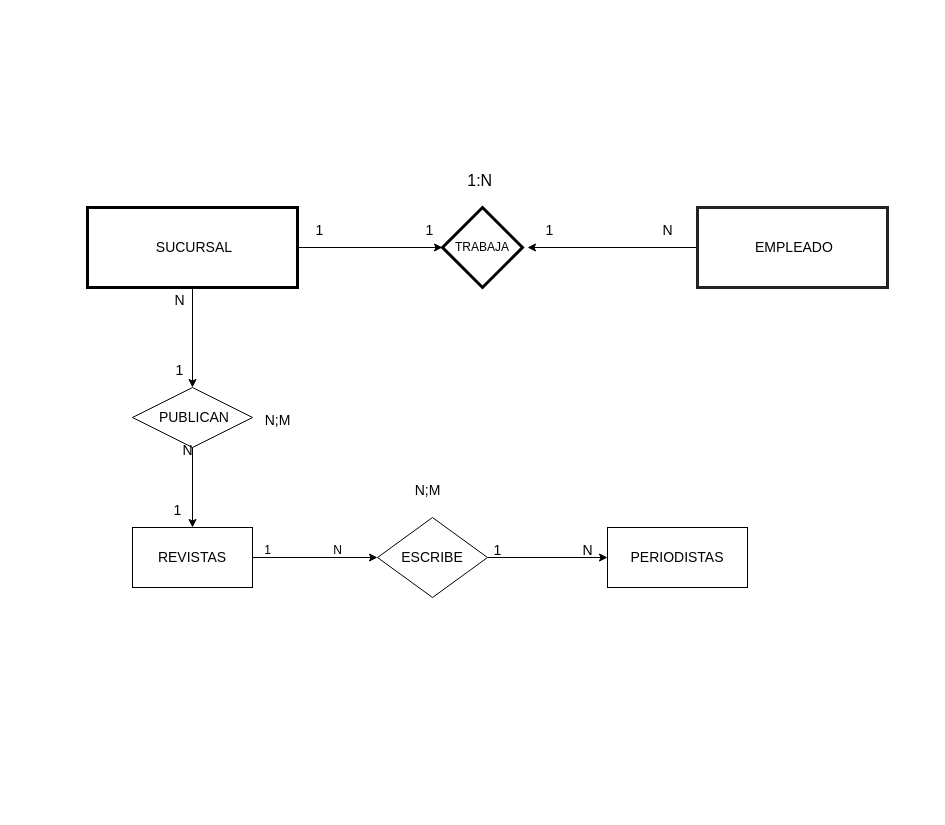
Above: Diagrama sin título.drawio in KarlaCNS/pilares (draw.io), before the change. Source tidied: cells renumbered, new cells numbered last; positions are measured from the earlier drawing's top-left corner, leaving out a move shared by most shapes. Both pictures are drawn from the tidied source at 100%, with x=0, y=0 at pixel (87, 165).
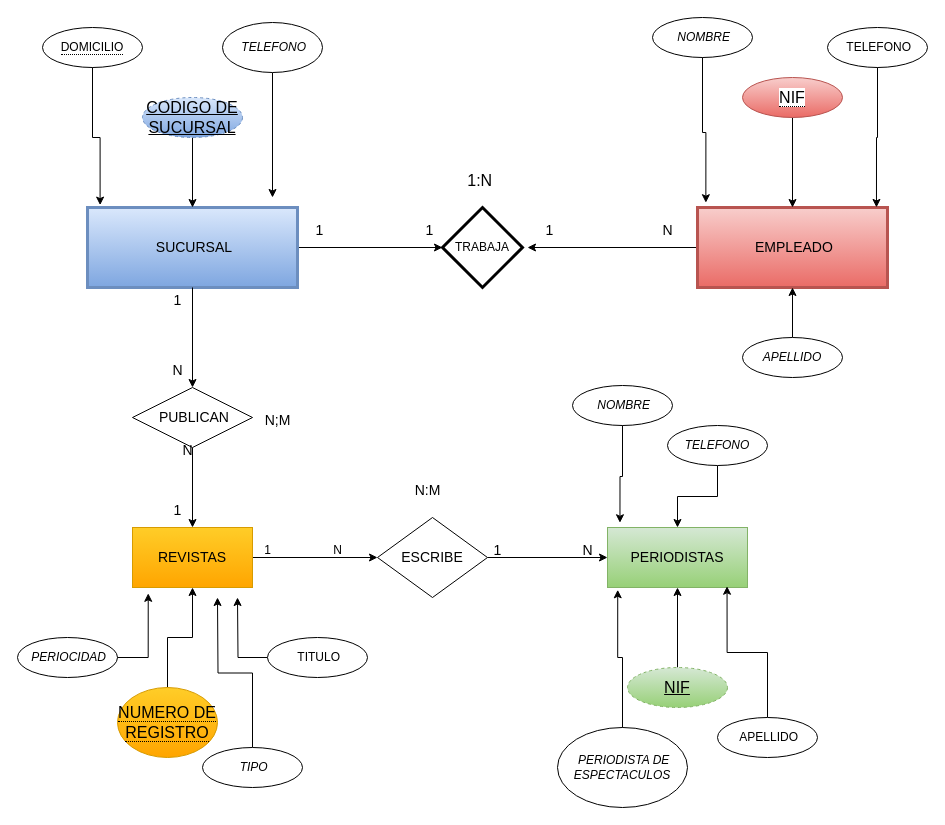
The same page after the edit.

Diff of the diagram source:
```diff
@@
-    <mxCell id="3" value="&amp;nbsp;SUCURSAL" style="whiteSpace=wrap;html=1;align=center;strokeColor=default;strokeWidth=3;fillColor=#ffffff;fontSize=14;" parent="1" vertex="1">
+    <mxCell id="3" value="&amp;nbsp;SUCURSAL" style="whiteSpace=wrap;html=1;align=center;strokeWidth=3;fontSize=14;fillColor=#dae8fc;gradientColor=#7ea6e0;strokeColor=#6c8ebf;" parent="1" vertex="1">
       <mxGeometry y="42" width="210" height="80" as="geometry" />
     </mxCell>
@@
-    <mxCell id="5" value="&amp;nbsp;EMPLEADO" style="whiteSpace=wrap;html=1;align=center;strokeColor=#232323;strokeWidth=3;fillColor=#ffffff;fontSize=14;" parent="1" vertex="1">
+    <mxCell id="5" value="&amp;nbsp;EMPLEADO" style="whiteSpace=wrap;html=1;align=center;strokeWidth=3;fontSize=14;fillColor=#f8cecc;gradientColor=#ea6b66;strokeColor=#b85450;" parent="1" vertex="1">
       <mxGeometry x="610" y="42" width="190" height="80" as="geometry" />
     </mxCell>
-    <mxCell id="6" value="TRABAJA" style="rhombus;whiteSpace=wrap;html=1;fillColor=#ffffff;strokeWidth=3;" parent="1" vertex="1">
+    <mxCell id="6" value="TRABAJA" style="rhombus;whiteSpace=wrap;html=1;strokeWidth=3;" parent="1" vertex="1">
       <mxGeometry x="355" y="42" width="80" height="80" as="geometry" />
     </mxCell>
@@
-    <mxCell id="15" value="&amp;nbsp;1" style="text;html=1;align=center;verticalAlign=middle;strokeColor=none;fillColor=none;fontSize=14;" parent="1" vertex="1">
-      <mxGeometry x="70" y="190" width="40" height="30" as="geometry" />
+    <mxCell id="15" value="N" style="text;html=1;align=center;verticalAlign=middle;strokeColor=none;fillColor=none;fontSize=14;" parent="1" vertex="1">
+      <mxGeometry x="75" y="190" width="30" height="30" as="geometry" />
     </mxCell>
-    <mxCell id="16" value="&amp;nbsp;N" style="text;html=1;align=center;verticalAlign=middle;strokeColor=none;fillColor=none;fontSize=14;" parent="1" vertex="1">
-      <mxGeometry x="70" y="120" width="40" height="30" as="geometry" />
+    <mxCell id="16" value="1" style="text;html=1;align=center;verticalAlign=middle;strokeColor=none;fillColor=none;fontSize=14;" parent="1" vertex="1">
+      <mxGeometry x="75" y="120" width="30" height="30" as="geometry" />
     </mxCell>
@@
-    <mxCell id="18" value="REVISTAS" style="whiteSpace=wrap;html=1;fontSize=14;" parent="1" vertex="1">
+    <mxCell id="18" value="REVISTAS" style="whiteSpace=wrap;html=1;fontSize=14;fillColor=#ffcd28;gradientColor=#ffa500;strokeColor=#d79b00;" parent="1" vertex="1">
       <mxGeometry x="45" y="362" width="120" height="60" as="geometry" />
     </mxCell>
@@
-    <mxCell id="24" value="PERIODISTAS" style="whiteSpace=wrap;html=1;fontSize=14;" parent="1" vertex="1">
+    <mxCell id="24" value="PERIODISTAS" style="whiteSpace=wrap;html=1;fontSize=14;fillColor=#d5e8d4;gradientColor=#97d077;strokeColor=#82b366;" parent="1" vertex="1">
       <mxGeometry x="520" y="362" width="140" height="60" as="geometry" />
     </mxCell>
@@
-    <mxCell id="30" value="&lt;font style=&quot;font-size: 14px;&quot;&gt;N;M&lt;/font&gt;" style="text;html=1;align=center;verticalAlign=middle;strokeColor=none;fillColor=none;" parent="1" vertex="1">
+    <mxCell id="30" value="N:M" style="text;html=1;align=center;verticalAlign=middle;strokeColor=none;fillColor=none;fontSize=14;" parent="1" vertex="1">
       <mxGeometry x="315" y="310" width="50" height="30" as="geometry" />
     </mxCell>
+    <mxCell id="31" style="edgeStyle=orthogonalEdgeStyle;rounded=0;jettySize=auto;html=1;entryX=0.5;entryY=0;entryDx=0;entryDy=0;" parent="1" edge="1" source="32" target="3">
+      <mxGeometry relative="1" as="geometry" />
+    </mxCell>
+    <mxCell id="32" value="&lt;font style=&quot;font-size: 16px;&quot;&gt;CODIGO DE SUCURSAL&lt;/font&gt;" style="ellipse;whiteSpace=wrap;html=1;align=center;dashed=1;fontStyle=4;fillColor=#dae8fc;gradientColor=#7ea6e0;strokeColor=#6c8ebf;" parent="1" vertex="1">
+      <mxGeometry x="55" y="-68" width="100" height="40" as="geometry" />
+    </mxCell>
+    <mxCell id="33" style="edgeStyle=orthogonalEdgeStyle;rounded=0;jettySize=auto;html=1;" parent="1" edge="1" source="34" target="5">
+      <mxGeometry relative="1" as="geometry" />
+    </mxCell>
+    <mxCell id="34" value="&lt;span style=&quot;border-bottom: 1px dotted&quot;&gt;&lt;font style=&quot;font-size: 16px;&quot;&gt;NIF&lt;/font&gt;&lt;/span&gt;" style="ellipse;whiteSpace=wrap;html=1;align=center;labelBackgroundColor=#ffffff;fillColor=#f8cecc;gradientColor=#ea6b66;strokeColor=#b85450;" parent="1" vertex="1">
+      <mxGeometry x="655" y="-88" width="100" height="40" as="geometry" />
+    </mxCell>
+    <mxCell id="35" style="edgeStyle=orthogonalEdgeStyle;rounded=0;jettySize=auto;html=1;" parent="1" edge="1" source="36" target="18">
+      <mxGeometry relative="1" as="geometry" />
+    </mxCell>
+    <mxCell id="36" value="&lt;span style=&quot;border-bottom: 1px dotted&quot;&gt;&lt;font style=&quot;font-size: 16px;&quot;&gt;NUMERO DE REGISTRO&lt;/font&gt;&lt;/span&gt;" style="ellipse;whiteSpace=wrap;html=1;align=center;fillColor=#ffcd28;gradientColor=#ffa500;strokeColor=#d79b00;" parent="1" vertex="1">
+      <mxGeometry x="30" y="522" width="100" height="70" as="geometry" />
+    </mxCell>
+    <mxCell id="37" style="edgeStyle=orthogonalEdgeStyle;rounded=0;jettySize=auto;html=1;" parent="1" edge="1" source="38" target="24">
+      <mxGeometry relative="1" as="geometry" />
+    </mxCell>
+    <mxCell id="38" value="&lt;font style=&quot;font-size: 16px;&quot;&gt;NIF&lt;/font&gt;" style="ellipse;whiteSpace=wrap;html=1;align=center;dashed=1;fontStyle=4;fillColor=#d5e8d4;gradientColor=#97d077;strokeColor=#82b366;" parent="1" vertex="1">
+      <mxGeometry x="540" y="502" width="100" height="40" as="geometry" />
+    </mxCell>
+    <mxCell id="39" style="edgeStyle=orthogonalEdgeStyle;rounded=0;jettySize=auto;html=1;" parent="1" edge="1" source="40">
+      <mxGeometry relative="1" as="geometry">
+        <mxPoint x="185" y="32" as="targetPoint" />
+      </mxGeometry>
+    </mxCell>
+    <mxCell id="40" value="&lt;i&gt;&amp;nbsp;TELEFONO&lt;/i&gt;" style="ellipse;whiteSpace=wrap;html=1;align=center;" parent="1" vertex="1">
+      <mxGeometry x="135" y="-143" width="100" height="50" as="geometry" />
+    </mxCell>
+    <mxCell id="41" value="&lt;span style=&quot;border-bottom-width: 1px; border-bottom-style: dotted; font-style: normal;&quot;&gt;DOMICILIO&lt;/span&gt;" style="ellipse;whiteSpace=wrap;html=1;align=center;fontStyle=2;" parent="1" vertex="1">
+      <mxGeometry x="-45" y="-138" width="100" height="40" as="geometry" />
+    </mxCell>
+    <mxCell id="42" style="edgeStyle=orthogonalEdgeStyle;rounded=0;jettySize=auto;html=1;entryX=0.06;entryY=-0.03;entryDx=0;entryDy=0;entryPerimeter=0;" parent="1" edge="1" source="41" target="3">
+      <mxGeometry relative="1" as="geometry" />
+    </mxCell>
+    <mxCell id="43" value="&lt;i&gt;&amp;nbsp;NOMBRE&lt;/i&gt;" style="ellipse;whiteSpace=wrap;html=1;align=center;fontStyle=0;" parent="1" vertex="1">
+      <mxGeometry x="565" y="-148" width="100" height="40" as="geometry" />
+    </mxCell>
+    <mxCell id="44" value="&amp;nbsp;TELEFONO" style="ellipse;whiteSpace=wrap;html=1;align=center;" parent="1" vertex="1">
+      <mxGeometry x="740" y="-138" width="100" height="40" as="geometry" />
+    </mxCell>
+    <mxCell id="45" style="edgeStyle=orthogonalEdgeStyle;rounded=0;jettySize=auto;html=1;" parent="1" edge="1" source="46" target="5">
+      <mxGeometry relative="1" as="geometry" />
+    </mxCell>
+    <mxCell id="46" value="&lt;i&gt;APELLIDO&lt;/i&gt;" style="ellipse;whiteSpace=wrap;html=1;align=center;" parent="1" vertex="1">
+      <mxGeometry x="655" y="172" width="100" height="40" as="geometry" />
+    </mxCell>
+    <mxCell id="47" style="edgeStyle=orthogonalEdgeStyle;rounded=0;jettySize=auto;html=1;entryX=0.044;entryY=-0.06;entryDx=0;entryDy=0;entryPerimeter=0;" parent="1" edge="1" source="43" target="5">
+      <mxGeometry relative="1" as="geometry" />
+    </mxCell>
+    <mxCell id="48" style="edgeStyle=orthogonalEdgeStyle;rounded=0;jettySize=auto;html=1;entryX=0.942;entryY=-0.001;entryDx=0;entryDy=0;entryPerimeter=0;" parent="1" edge="1" source="44" target="5">
+      <mxGeometry relative="1" as="geometry" />
+    </mxCell>
+    <mxCell id="49" value="&lt;i&gt;&amp;nbsp;NOMBRE&lt;/i&gt;" style="ellipse;whiteSpace=wrap;html=1;align=center;" parent="1" vertex="1">
+      <mxGeometry x="485" y="220" width="100" height="40" as="geometry" />
+    </mxCell>
+    <mxCell id="50" style="edgeStyle=orthogonalEdgeStyle;rounded=0;jettySize=auto;html=1;" parent="1" edge="1" source="51" target="24">
+      <mxGeometry relative="1" as="geometry" />
+    </mxCell>
+    <mxCell id="51" value="&lt;i&gt;TELEFONO&lt;/i&gt;" style="ellipse;whiteSpace=wrap;html=1;align=center;" parent="1" vertex="1">
+      <mxGeometry x="580" y="260" width="100" height="40" as="geometry" />
+    </mxCell>
+    <mxCell id="52" style="edgeStyle=orthogonalEdgeStyle;rounded=0;jettySize=auto;html=1;entryX=0.854;entryY=0.979;entryDx=0;entryDy=0;entryPerimeter=0;" parent="1" edge="1" source="53" target="24">
+      <mxGeometry relative="1" as="geometry" />
+    </mxCell>
+    <mxCell id="53" value="&amp;nbsp;APELLIDO" style="ellipse;whiteSpace=wrap;html=1;align=center;" parent="1" vertex="1">
+      <mxGeometry x="630" y="552" width="100" height="40" as="geometry" />
+    </mxCell>
+    <mxCell id="54" style="edgeStyle=orthogonalEdgeStyle;rounded=0;jettySize=auto;html=1;entryX=0.089;entryY=-0.079;entryDx=0;entryDy=0;entryPerimeter=0;" parent="1" edge="1" source="49" target="24">
+      <mxGeometry relative="1" as="geometry" />
+    </mxCell>
+    <mxCell id="55" value="&lt;i&gt;&amp;nbsp;PERIODISTA DE ESPECTACULOS&lt;/i&gt;" style="ellipse;whiteSpace=wrap;html=1;align=center;" parent="1" vertex="1">
+      <mxGeometry x="470" y="562" width="130" height="80" as="geometry" />
+    </mxCell>
+    <mxCell id="56" style="edgeStyle=orthogonalEdgeStyle;rounded=0;jettySize=auto;html=1;entryX=0.073;entryY=1.038;entryDx=0;entryDy=0;entryPerimeter=0;" parent="1" edge="1" source="55" target="24">
+      <mxGeometry relative="1" as="geometry" />
+    </mxCell>
+    <mxCell id="57" value="&lt;i&gt;&amp;nbsp;PERIOCIDAD&lt;/i&gt;" style="ellipse;whiteSpace=wrap;html=1;align=center;" parent="1" vertex="1">
+      <mxGeometry x="-70" y="472" width="100" height="40" as="geometry" />
+    </mxCell>
+    <mxCell id="58" style="edgeStyle=orthogonalEdgeStyle;rounded=0;jettySize=auto;html=1;" parent="1" edge="1" source="59">
+      <mxGeometry relative="1" as="geometry">
+        <mxPoint x="150" y="432" as="targetPoint" />
+      </mxGeometry>
+    </mxCell>
+    <mxCell id="59" value="&amp;nbsp;TITULO" style="ellipse;whiteSpace=wrap;html=1;align=center;" parent="1" vertex="1">
+      <mxGeometry x="180" y="472" width="100" height="40" as="geometry" />
+    </mxCell>
+    <mxCell id="60" style="edgeStyle=orthogonalEdgeStyle;rounded=0;jettySize=auto;html=1;" parent="1" edge="1" source="61">
+      <mxGeometry relative="1" as="geometry">
+        <mxPoint x="130" y="432" as="targetPoint" />
+      </mxGeometry>
+    </mxCell>
+    <mxCell id="61" value="&lt;i&gt;&amp;nbsp;TIPO&lt;/i&gt;" style="ellipse;whiteSpace=wrap;html=1;align=center;" parent="1" vertex="1">
+      <mxGeometry x="115" y="582" width="100" height="40" as="geometry" />
+    </mxCell>
+    <mxCell id="62" style="edgeStyle=orthogonalEdgeStyle;rounded=0;jettySize=auto;html=1;entryX=0.131;entryY=1.097;entryDx=0;entryDy=0;entryPerimeter=0;" parent="1" edge="1" source="57" target="18">
+      <mxGeometry relative="1" as="geometry" />
+    </mxCell>
```
